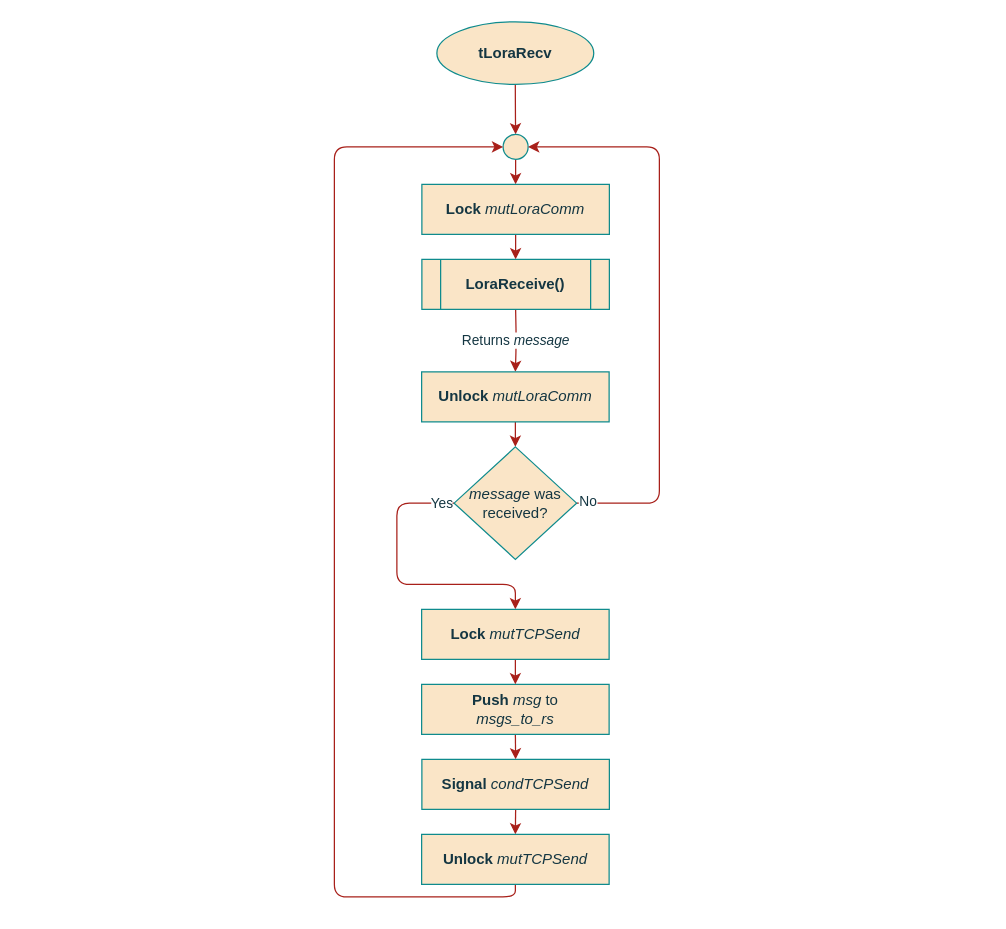
The draw.io diagram page "tLoraRecv" (5 of 6) of project/report/flowcharts/LoraComms.drawio in ESRGgroup9/slipad, before the edit. Source tidied: cells renumbered, new cells numbered last; positions are measured from the earlier drawing's top-left corner, leaving out a move shared by most shapes. Both pictures are drawn from the tidied source at 125%, with x=0, y=0 at pixel (334, 21).
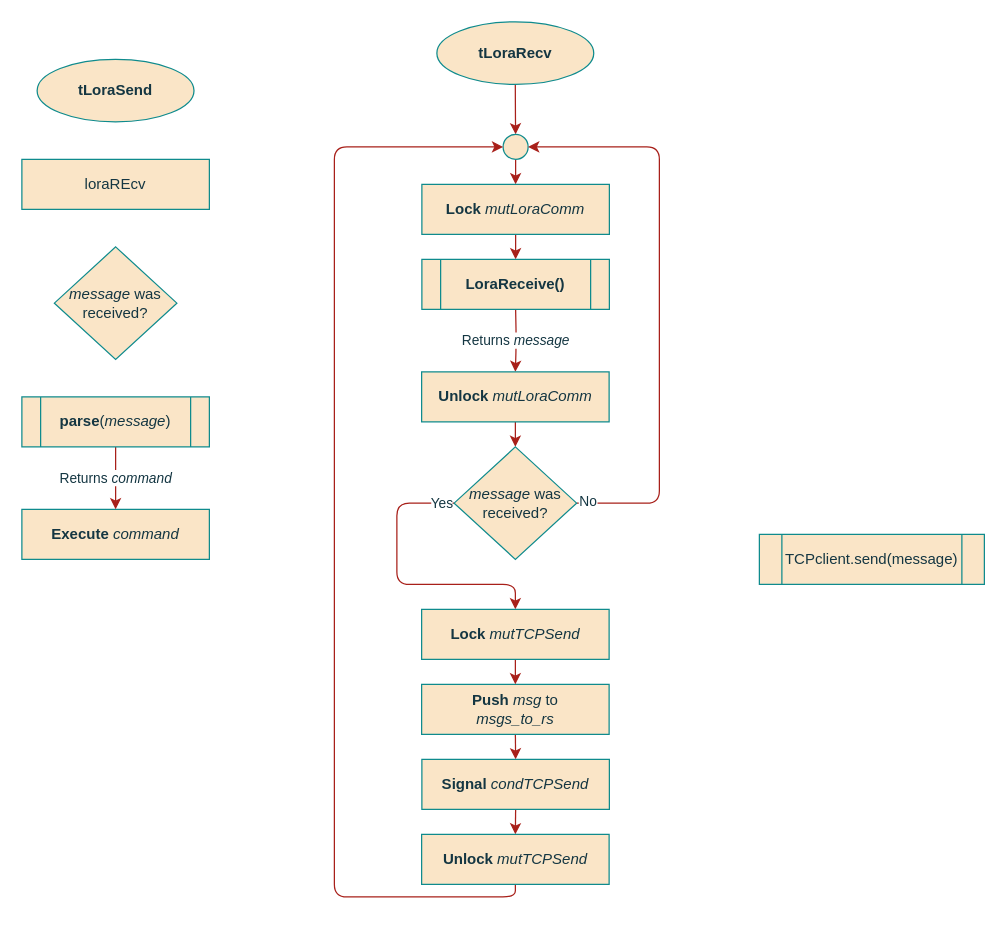
Above is the later version.

Diff of the diagram source:
```diff
@@
+    <mxCell id="25" value="tLoraSend" style="ellipse;whiteSpace=wrap;html=1;fillColor=#FAE5C7;strokeColor=#0F8B8D;fontColor=#143642;fontStyle=1;" parent="1" vertex="1">
+      <mxGeometry x="-237.8" y="30" width="125.5" height="50" as="geometry" />
+    </mxCell>
+    <mxCell id="26" value="loraREcv" style="rounded=0;whiteSpace=wrap;html=1;sketch=0;fontColor=#143642;strokeColor=#0F8B8D;fillColor=#FAE5C7;" parent="1" vertex="1">
+      <mxGeometry x="-250" y="110" width="150" height="40" as="geometry" />
+    </mxCell>
+    <mxCell id="27" value="&lt;b&gt;Execute&lt;/b&gt; &lt;i&gt;command&lt;/i&gt;" style="rounded=0;whiteSpace=wrap;html=1;sketch=0;fontColor=#143642;strokeColor=#0F8B8D;fillColor=#FAE5C7;" parent="1" vertex="1">
+      <mxGeometry x="-250" y="390" width="150" height="40" as="geometry" />
+    </mxCell>
+    <mxCell id="28" value="Returns &lt;i&gt;command&lt;/i&gt;" style="edgeStyle=orthogonalEdgeStyle;rounded=1;sketch=0;jettySize=auto;html=1;fontColor=#143642;strokeColor=#A8201A;fillColor=#FAE5C7;" parent="1" edge="1" source="29" target="27">
+      <mxGeometry relative="1" as="geometry" />
+    </mxCell>
+    <mxCell id="29" value="&lt;b&gt;parse&lt;/b&gt;(&lt;i&gt;message&lt;/i&gt;)" style="shape=process;whiteSpace=wrap;html=1;backgroundOutline=1;rounded=0;sketch=0;fontColor=#143642;strokeColor=#0F8B8D;fillColor=#FAE5C7;" parent="1" vertex="1">
+      <mxGeometry x="-250" y="300" width="150" height="40" as="geometry" />
+    </mxCell>
+    <mxCell id="30" value="&lt;div&gt;&lt;i&gt;message&lt;/i&gt; was&lt;/div&gt;&lt;div&gt;received?&lt;br&gt;&lt;/div&gt;" style="rhombus;whiteSpace=wrap;html=1;rounded=0;sketch=0;fontColor=#143642;strokeColor=#0F8B8D;fillColor=#FAE5C7;" parent="1" vertex="1">
+      <mxGeometry x="-224" y="180" width="98" height="90" as="geometry" />
+    </mxCell>
+    <mxCell id="31" value="TCPclient.send(message)" style="shape=process;whiteSpace=wrap;html=1;backgroundOutline=1;rounded=0;sketch=0;fontColor=#143642;strokeColor=#0F8B8D;fillColor=#FAE5C7;" parent="1" vertex="1">
+      <mxGeometry x="340" y="410" width="180" height="40" as="geometry" />
+    </mxCell>
```
